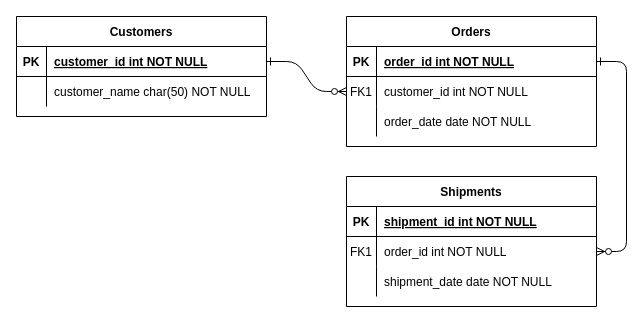
The draw.io diagram InternFinder Diagram.drawio in ImeshaDilshani/IndernshipFinder-Database-Schema, before the edit. Source tidied: cells renumbered, new cells numbered last; positions are measured from the earlier drawing's top-left corner, leaving out a move shared by most shapes. Both pictures are drawn from the tidied source at 100%, with x=0, y=0 at pixel (16, 16).
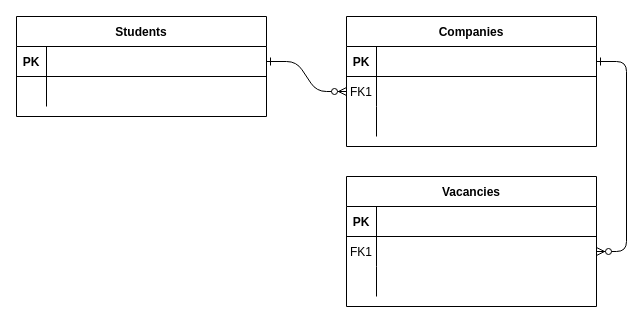
The same page after the edit.

The change refers to these unchanged cells:
```xml
<mxCell id="5" style="shape=partialRectangle;fillColor=none;points=[[0,0.5],[1,0.5]];portConstraint=eastwest;top=0;left=0;right=0;bottom=1;" parent="4" vertex="1">
  <mxGeometry y="30" width="250" height="30" as="geometry" />
</mxCell>
<mxCell id="8" style="shape=partialRectangle;fillColor=none;points=[[0,0.5],[1,0.5]];portConstraint=eastwest;top=0;left=0;right=0;bottom=0;" parent="4" vertex="1">
  <mxGeometry y="60" width="250" height="30" as="geometry" />
</mxCell>
<mxCell id="11" style="shape=partialRectangle;fillColor=none;top=0;left=0;right=0;bottom=0;" parent="4" vertex="1">
  <mxGeometry y="90" width="250" height="30" as="geometry" />
</mxCell>
<mxCell id="15" style="shape=partialRectangle;fillColor=none;top=0;left=0;right=0;bottom=1;" parent="14" vertex="1">
  <mxGeometry y="30" width="250" height="30" as="geometry" />
</mxCell>
<mxCell id="18" style="shape=partialRectangle;fillColor=none;points=[[0,0.5],[1,0.5]];portConstraint=eastwest;top=0;left=0;right=0;bottom=0;" parent="14" vertex="1">
  <mxGeometry y="60" width="250" height="30" as="geometry" />
</mxCell>
<mxCell id="21" style="shape=partialRectangle;fillColor=none;top=0;left=0;right=0;bottom=0;" parent="14" vertex="1">
  <mxGeometry y="90" width="250" height="30" as="geometry" />
</mxCell>
<mxCell id="25" style="shape=partialRectangle;fillColor=none;points=[[0,0.5],[1,0.5]];portConstraint=eastwest;top=0;left=0;right=0;bottom=1;" parent="24" vertex="1">
  <mxGeometry y="30" width="250" height="30" as="geometry" />
</mxCell>
<mxCell id="28" style="shape=partialRectangle;fillColor=none;top=0;left=0;right=0;bottom=0;" parent="24" vertex="1">
  <mxGeometry y="60" width="250" height="30" as="geometry" />
</mxCell>
```

What changed in the source:
```diff
@@
-    <mxCell id="4" value="Orders" style="shape=table;startSize=30;childLayout=tableLayout;rowLines=0;fontStyle=1;align=center;" parent="1" vertex="1">
+    <mxCell id="4" value="Companies" style="shape=table;startSize=30;childLayout=tableLayout;rowLines=0;fontStyle=1;align=center;" parent="1" vertex="1">
       <mxGeometry x="330" width="250" height="130" as="geometry" />
     </mxCell>
@@
-    <mxCell id="7" value="order_id int NOT NULL " style="shape=partialRectangle;overflow=hidden;fillColor=none;top=0;left=0;bottom=0;right=0;align=left;spacingLeft=6;fontStyle=5;" parent="5" vertex="1">
+    <mxCell id="7" style="shape=partialRectangle;overflow=hidden;fillColor=none;top=0;left=0;bottom=0;right=0;align=left;spacingLeft=6;fontStyle=5;" parent="5" vertex="1">
       <mxGeometry x="30" width="220" height="30" as="geometry" />
     </mxCell>
@@
-    <mxCell id="10" value="customer_id int NOT NULL" style="shape=partialRectangle;overflow=hidden;fillColor=none;top=0;left=0;bottom=0;right=0;align=left;spacingLeft=6;" parent="8" vertex="1">
+    <mxCell id="10" style="shape=partialRectangle;overflow=hidden;fillColor=none;top=0;left=0;bottom=0;right=0;align=left;spacingLeft=6;" parent="8" vertex="1">
       <mxGeometry x="30" width="220" height="30" as="geometry" />
     </mxCell>
@@
-    <mxCell id="13" value="order_date date NOT NULL" style="shape=partialRectangle;overflow=hidden;fillColor=none;top=0;left=0;bottom=0;right=0;align=left;spacingLeft=6;" parent="11" vertex="1">
+    <mxCell id="13" style="shape=partialRectangle;overflow=hidden;fillColor=none;top=0;left=0;bottom=0;right=0;align=left;spacingLeft=6;" parent="11" vertex="1">
       <mxGeometry x="30" width="220" height="30" as="geometry" />
     </mxCell>
-    <mxCell id="14" value="Shipments" style="shape=table;startSize=30;childLayout=tableLayout;rowLines=0;fontStyle=1;align=center;" parent="1" vertex="1">
+    <mxCell id="14" value="Vacancies" style="shape=table;startSize=30;childLayout=tableLayout;rowLines=0;fontStyle=1;align=center;" parent="1" vertex="1">
       <mxGeometry x="330" y="160" width="250" height="130" as="geometry" />
     </mxCell>
@@
-    <mxCell id="17" value="shipment_id int NOT NULL " style="shape=partialRectangle;overflow=hidden;fillColor=none;top=0;left=0;bottom=0;right=0;align=left;spacingLeft=6;fontStyle=5;" parent="15" vertex="1">
+    <mxCell id="17" style="shape=partialRectangle;overflow=hidden;fillColor=none;top=0;left=0;bottom=0;right=0;align=left;spacingLeft=6;fontStyle=5;" parent="15" vertex="1">
       <mxGeometry x="30" width="220" height="30" as="geometry" />
     </mxCell>
@@
-    <mxCell id="20" value="order_id int NOT NULL" style="shape=partialRectangle;overflow=hidden;fillColor=none;top=0;left=0;bottom=0;right=0;align=left;spacingLeft=6;" parent="18" vertex="1">
+    <mxCell id="20" style="shape=partialRectangle;overflow=hidden;fillColor=none;top=0;left=0;bottom=0;right=0;align=left;spacingLeft=6;" parent="18" vertex="1">
       <mxGeometry x="30" width="220" height="30" as="geometry" />
     </mxCell>
@@
-    <mxCell id="23" value="shipment_date date NOT NULL" style="shape=partialRectangle;overflow=hidden;fillColor=none;top=0;left=0;bottom=0;right=0;align=left;spacingLeft=6;" parent="21" vertex="1">
+    <mxCell id="23" style="shape=partialRectangle;overflow=hidden;fillColor=none;top=0;left=0;bottom=0;right=0;align=left;spacingLeft=6;" parent="21" vertex="1">
       <mxGeometry x="30" width="220" height="30" as="geometry" />
     </mxCell>
-    <mxCell id="24" value="Customers" style="shape=table;startSize=30;childLayout=tableLayout;rowLines=0;fontStyle=1;align=center;" parent="1" vertex="1">
+    <mxCell id="24" value="Students" style="shape=table;startSize=30;childLayout=tableLayout;rowLines=0;fontStyle=1;align=center;" parent="1" vertex="1">
       <mxGeometry width="250" height="100" as="geometry" />
     </mxCell>
@@
-    <mxCell id="27" value="customer_id int NOT NULL " style="shape=partialRectangle;overflow=hidden;fillColor=none;top=0;left=0;bottom=0;right=0;align=left;spacingLeft=6;fontStyle=5;" parent="25" vertex="1">
+    <mxCell id="27" style="shape=partialRectangle;overflow=hidden;fillColor=none;top=0;left=0;bottom=0;right=0;align=left;spacingLeft=6;fontStyle=5;" parent="25" vertex="1">
       <mxGeometry x="30" width="220" height="30" as="geometry" />
     </mxCell>
@@
-    <mxCell id="30" value="customer_name char(50) NOT NULL" style="shape=partialRectangle;overflow=hidden;fillColor=none;top=0;left=0;bottom=0;right=0;align=left;spacingLeft=6;" parent="28" vertex="1">
+    <mxCell id="30" style="shape=partialRectangle;overflow=hidden;fillColor=none;top=0;left=0;bottom=0;right=0;align=left;spacingLeft=6;" parent="28" vertex="1">
       <mxGeometry x="30" width="220" height="30" as="geometry" />
     </mxCell>
```
